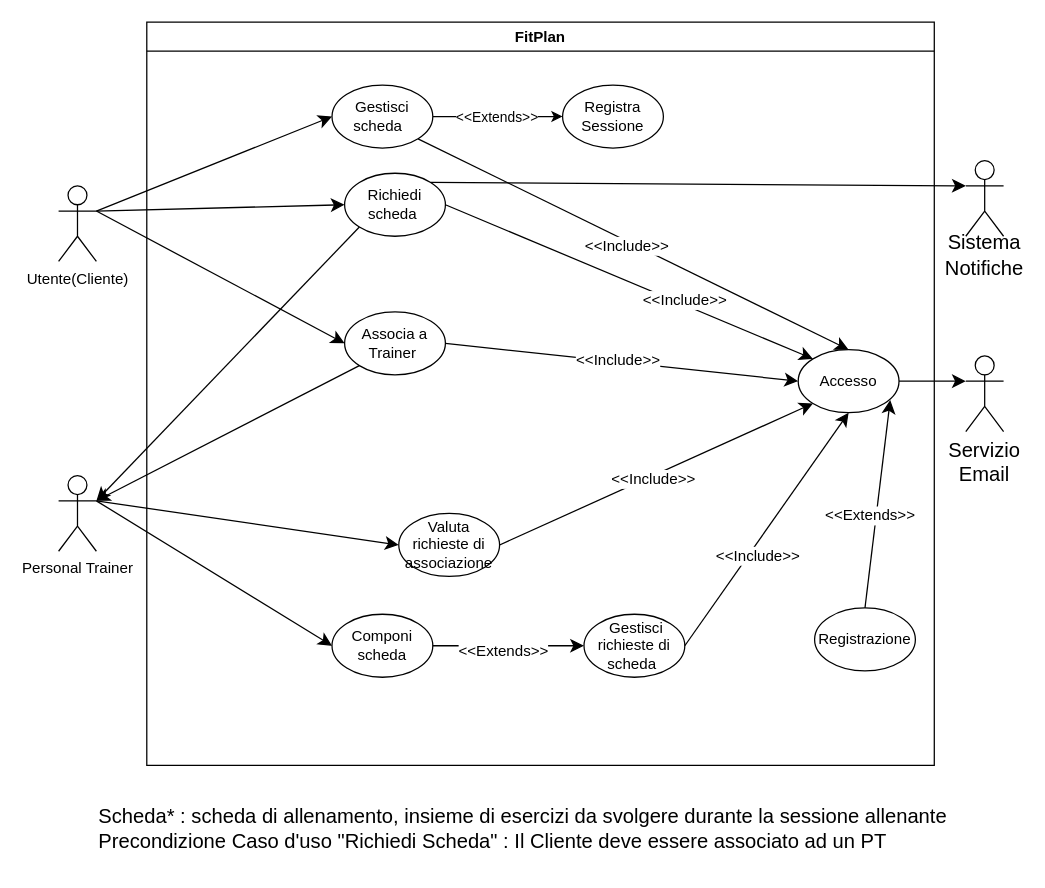
The draw.io diagram UseCaseDiagram/UseCaseDiagram.drawio in FedericoSib/FitPlan, before the edit. Source tidied: cells renumbered, new cells numbered last; positions are measured from the earlier drawing's top-left corner, leaving out a move shared by most shapes. Both pictures are drawn from the tidied source at 126%, with x=0, y=0 at pixel (58, 21).
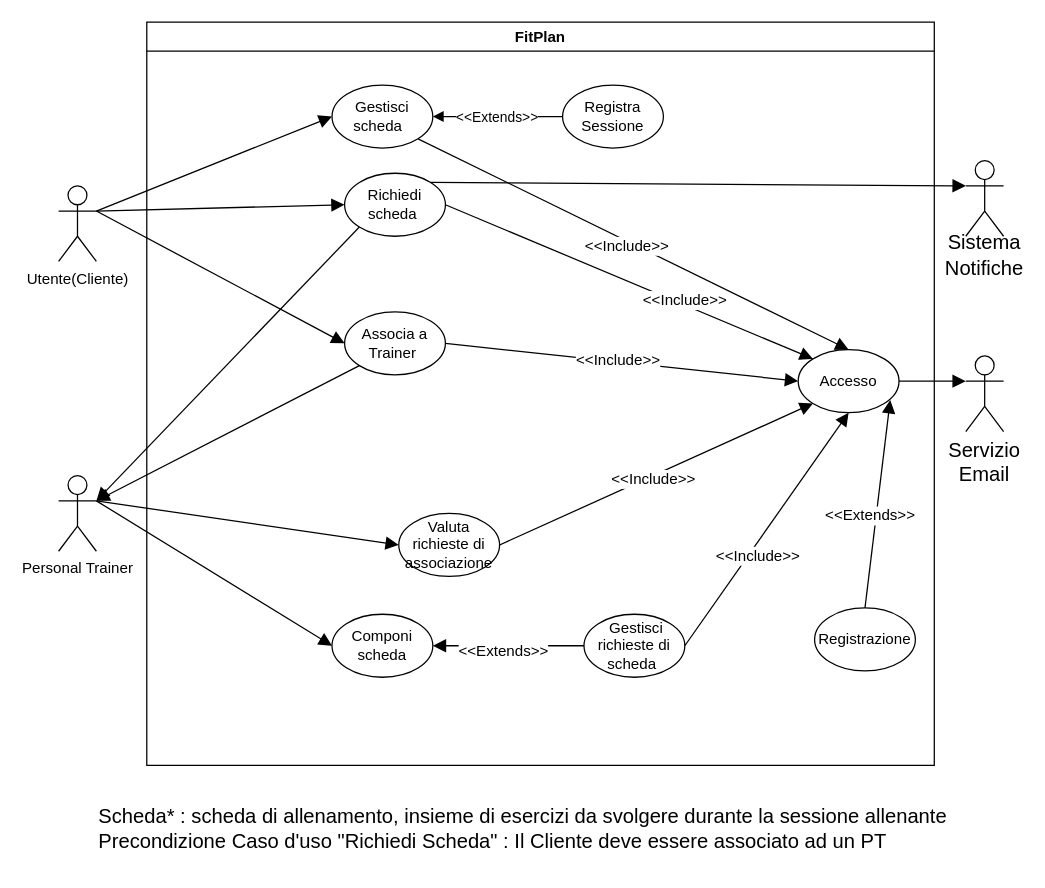
Above is the later version.

Unchanged cells that the change refers to:
```xml
<mxCell id="2" value="FitPlan" style="swimlane;whiteSpace=wrap;html=1;" parent="1" vertex="1">
  <mxGeometry x="70" width="625" height="590" as="geometry" />
</mxCell>
<mxCell id="3" value="Accesso" style="ellipse;whiteSpace=wrap;html=1;" parent="2" vertex="1">
  <mxGeometry x="517" y="260" width="80" height="50" as="geometry" />
</mxCell>
<mxCell id="6" value="Gestisci scheda &amp;nbsp;" style="ellipse;whiteSpace=wrap;html=1;" parent="2" vertex="1">
  <mxGeometry x="147" y="50" width="80" height="50" as="geometry" />
</mxCell>
<mxCell id="7" value="Valuta richieste di associazione" style="ellipse;whiteSpace=wrap;html=1;" parent="2" vertex="1">
  <mxGeometry x="200" y="390" width="80" height="50" as="geometry" />
</mxCell>
<mxCell id="8" value="Associa a Trainer&amp;nbsp;" style="ellipse;whiteSpace=wrap;html=1;" parent="2" vertex="1">
  <mxGeometry x="157" y="230" width="80" height="50" as="geometry" />
</mxCell>
<mxCell id="9" value="Richiedi scheda&amp;nbsp;" style="ellipse;whiteSpace=wrap;html=1;" parent="2" vertex="1">
  <mxGeometry x="157" y="120" width="80" height="50" as="geometry" />
</mxCell>
<mxCell id="10" value="Componi scheda" style="ellipse;whiteSpace=wrap;html=1;" parent="2" vertex="1">
  <mxGeometry x="147" y="470" width="80" height="50" as="geometry" />
</mxCell>
<mxCell id="11" value="&amp;nbsp;Gestisci richieste di scheda&amp;nbsp;" style="ellipse;whiteSpace=wrap;html=1;" parent="2" vertex="1">
  <mxGeometry x="347" y="470" width="80" height="50" as="geometry" />
</mxCell>
<mxCell id="24" value="Registrazione" style="ellipse;whiteSpace=wrap;html=1;" parent="2" vertex="1">
  <mxGeometry x="530" y="465" width="80" height="50" as="geometry" />
</mxCell>
<mxCell id="27" value="Registra Sessione" style="ellipse;whiteSpace=wrap;html=1;" parent="2" vertex="1">
  <mxGeometry x="330" y="50" width="80" height="50" as="geometry" />
</mxCell>
<mxCell id="28" value="Utente(Cliente)" style="shape=umlActor;verticalLabelPosition=bottom;verticalAlign=top;html=1;outlineConnect=0;" parent="1" vertex="1">
  <mxGeometry y="130" width="30" height="60" as="geometry" />
</mxCell>
<mxCell id="29" value="Personal Trainer" style="shape=umlActor;verticalLabelPosition=bottom;verticalAlign=top;html=1;outlineConnect=0;" parent="1" vertex="1">
  <mxGeometry y="360" width="30" height="60" as="geometry" />
</mxCell>
<mxCell id="39" style="shape=umlActor;verticalLabelPosition=bottom;verticalAlign=top;html=1;outlineConnect=0;" parent="1" vertex="1">
  <mxGeometry x="720" y="265" width="30" height="60" as="geometry" />
</mxCell>
<mxCell id="41" style="shape=umlActor;verticalLabelPosition=bottom;verticalAlign=top;html=1;outlineConnect=0;" parent="1" vertex="1">
  <mxGeometry x="720" y="110" width="30" height="60" as="geometry" />
</mxCell>
```

What changed in the source:
```diff
@@
-    <mxCell id="4" style="edgeStyle=orthogonalEdgeStyle;rounded=0;jettySize=auto;html=1;" parent="2" edge="1" source="6" target="27">
+    <mxCell id="4" style="edgeStyle=orthogonalEdgeStyle;rounded=0;jettySize=auto;html=1;startArrow=block;startFill=1;endArrow=none;endFill=0;" parent="2" edge="1" source="6" target="27">
       <mxGeometry relative="1" as="geometry" />
     </mxCell>
@@
-    <mxCell id="12" style="edgeStyle=none;jettySize=auto;html=1;rounded=0;fontSize=12;startSize=8;endSize=8;curved=1;entryX=0;entryY=0.5;entryDx=0;entryDy=0;exitX=1;exitY=0.5;exitDx=0;exitDy=0;" parent="2" edge="1" source="10" target="11">
+    <mxCell id="12" style="edgeStyle=none;jettySize=auto;html=1;rounded=0;fontSize=12;startSize=8;endSize=8;curved=1;entryX=0;entryY=0.5;entryDx=0;entryDy=0;exitX=1;exitY=0.5;exitDx=0;exitDy=0;startArrow=block;startFill=1;endArrow=none;endFill=0;" parent="2" edge="1" source="10" target="11">
       <mxGeometry relative="1" as="geometry" />
     </mxCell>
@@
-    <mxCell id="14" style="edgeStyle=none;jettySize=auto;html=1;rounded=0;fontSize=12;startSize=8;endSize=8;curved=1;exitX=1;exitY=0.5;exitDx=0;exitDy=0;entryX=0;entryY=1;entryDx=0;entryDy=0;" parent="2" edge="1" source="7" target="3">
+    <mxCell id="14" style="edgeStyle=none;jettySize=auto;html=1;rounded=0;fontSize=12;startSize=8;endSize=8;curved=1;exitX=1;exitY=0.5;exitDx=0;exitDy=0;entryX=0;entryY=1;entryDx=0;entryDy=0;endArrow=block;endFill=1;" parent="2" edge="1" source="7" target="3">
       <mxGeometry relative="1" as="geometry" />
     </mxCell>
@@
-    <mxCell id="16" style="edgeStyle=none;jettySize=auto;html=1;rounded=0;fontSize=12;startSize=8;endSize=8;curved=1;exitX=1;exitY=0.5;exitDx=0;exitDy=0;entryX=0.5;entryY=1;entryDx=0;entryDy=0;" parent="2" edge="1" source="11" target="3">
+    <mxCell id="16" style="edgeStyle=none;jettySize=auto;html=1;rounded=0;fontSize=12;startSize=8;endSize=8;curved=1;exitX=1;exitY=0.5;exitDx=0;exitDy=0;entryX=0.5;entryY=1;entryDx=0;entryDy=0;endArrow=block;endFill=1;" parent="2" edge="1" source="11" target="3">
       <mxGeometry relative="1" as="geometry" />
     </mxCell>
@@
-    <mxCell id="18" style="edgeStyle=none;jettySize=auto;html=1;rounded=0;fontSize=12;startSize=8;endSize=8;curved=1;entryX=0;entryY=0.5;entryDx=0;entryDy=0;exitX=1;exitY=0.5;exitDx=0;exitDy=0;" parent="2" edge="1" source="8" target="3">
+    <mxCell id="18" style="edgeStyle=none;jettySize=auto;html=1;rounded=0;fontSize=12;startSize=8;endSize=8;curved=1;entryX=0;entryY=0.5;entryDx=0;entryDy=0;exitX=1;exitY=0.5;exitDx=0;exitDy=0;endArrow=block;endFill=1;" parent="2" edge="1" source="8" target="3">
       <mxGeometry relative="1" as="geometry" />
     </mxCell>
@@
-    <mxCell id="20" style="edgeStyle=none;jettySize=auto;html=1;rounded=0;fontSize=12;startSize=8;endSize=8;curved=1;exitX=1;exitY=0.5;exitDx=0;exitDy=0;entryX=0;entryY=0;entryDx=0;entryDy=0;" parent="2" edge="1" source="9" target="3">
+    <mxCell id="20" style="edgeStyle=none;jettySize=auto;html=1;rounded=0;fontSize=12;startSize=8;endSize=8;curved=1;exitX=1;exitY=0.5;exitDx=0;exitDy=0;entryX=0;entryY=0;entryDx=0;entryDy=0;endArrow=block;endFill=1;" parent="2" edge="1" source="9" target="3">
       <mxGeometry relative="1" as="geometry" />
     </mxCell>
@@
-    <mxCell id="22" style="edgeStyle=none;jettySize=auto;html=1;rounded=0;fontSize=12;startSize=8;endSize=8;curved=1;exitX=1;exitY=1;exitDx=0;exitDy=0;entryX=0.5;entryY=0;entryDx=0;entryDy=0;" parent="2" edge="1" source="6" target="3">
+    <mxCell id="22" style="edgeStyle=none;jettySize=auto;html=1;rounded=0;fontSize=12;startSize=8;endSize=8;curved=1;exitX=1;exitY=1;exitDx=0;exitDy=0;entryX=0.5;entryY=0;entryDx=0;entryDy=0;endArrow=block;endFill=1;" parent="2" edge="1" source="6" target="3">
       <mxGeometry relative="1" as="geometry" />
     </mxCell>
@@
-    <mxCell id="25" style="edgeStyle=none;jettySize=auto;html=1;rounded=0;fontSize=12;startSize=8;endSize=8;curved=1;entryX=0.913;entryY=0.8;entryDx=0;entryDy=0;entryPerimeter=0;exitX=0.5;exitY=0;exitDx=0;exitDy=0;" parent="2" edge="1" source="24" target="3">
+    <mxCell id="25" style="edgeStyle=none;jettySize=auto;html=1;rounded=0;fontSize=12;startSize=8;endSize=8;curved=1;entryX=0.913;entryY=0.8;entryDx=0;entryDy=0;entryPerimeter=0;exitX=0.5;exitY=0;exitDx=0;exitDy=0;endArrow=block;endFill=1;" parent="2" edge="1" source="24" target="3">
       <mxGeometry relative="1" as="geometry" />
     </mxCell>
@@
-    <mxCell id="30" style="edgeStyle=none;jettySize=auto;html=1;rounded=0;fontSize=12;startSize=8;endSize=8;curved=1;exitX=1;exitY=0.3333333333333333;exitDx=0;exitDy=0;exitPerimeter=0;entryX=0;entryY=0.5;entryDx=0;entryDy=0;" parent="1" edge="1" source="28" target="9">
+    <mxCell id="30" style="edgeStyle=none;jettySize=auto;html=1;rounded=0;fontSize=12;startSize=8;endSize=8;curved=1;exitX=1;exitY=0.3333333333333333;exitDx=0;exitDy=0;exitPerimeter=0;entryX=0;entryY=0.5;entryDx=0;entryDy=0;endArrow=block;endFill=1;" parent="1" edge="1" source="28" target="9">
       <mxGeometry relative="1" as="geometry" />
     </mxCell>
-    <mxCell id="31" style="edgeStyle=none;jettySize=auto;html=1;rounded=0;fontSize=12;startSize=8;endSize=8;curved=1;entryX=0;entryY=0.5;entryDx=0;entryDy=0;" parent="1" edge="1" target="6">
+    <mxCell id="31" style="edgeStyle=none;jettySize=auto;html=1;rounded=0;fontSize=12;startSize=8;endSize=8;curved=1;entryX=0;entryY=0.5;entryDx=0;entryDy=0;endArrow=block;endFill=1;" parent="1" edge="1" target="6">
       <mxGeometry relative="1" as="geometry">
         <mxPoint x="30" y="150" as="sourcePoint" />
       </mxGeometry>
     </mxCell>
-    <mxCell id="32" style="edgeStyle=none;jettySize=auto;html=1;rounded=0;fontSize=12;startSize=8;endSize=8;curved=1;exitX=1;exitY=0.3333333333333333;exitDx=0;exitDy=0;exitPerimeter=0;entryX=0;entryY=0.5;entryDx=0;entryDy=0;" parent="1" edge="1" source="29" target="7">
+    <mxCell id="32" style="edgeStyle=none;jettySize=auto;html=1;rounded=0;fontSize=12;startSize=8;endSize=8;curved=1;exitX=1;exitY=0.3333333333333333;exitDx=0;exitDy=0;exitPerimeter=0;entryX=0;entryY=0.5;entryDx=0;entryDy=0;endArrow=block;endFill=1;" parent="1" edge="1" source="29" target="7">
       <mxGeometry relative="1" as="geometry" />
     </mxCell>
-    <mxCell id="33" style="edgeStyle=none;jettySize=auto;html=1;rounded=0;fontSize=12;startSize=8;endSize=8;curved=1;entryX=0;entryY=0.5;entryDx=0;entryDy=0;" parent="1" edge="1" target="10">
+    <mxCell id="33" style="edgeStyle=none;jettySize=auto;html=1;rounded=0;fontSize=12;startSize=8;endSize=8;curved=1;entryX=0;entryY=0.5;entryDx=0;entryDy=0;endArrow=block;endFill=1;" parent="1" edge="1" target="10">
       <mxGeometry relative="1" as="geometry">
         <mxPoint x="30" y="380" as="sourcePoint" />
       </mxGeometry>
     </mxCell>
-    <mxCell id="34" style="edgeStyle=none;jettySize=auto;html=1;rounded=0;fontSize=12;startSize=8;endSize=8;curved=1;exitX=0;exitY=1;exitDx=0;exitDy=0;" parent="1" edge="1" source="8">
+    <mxCell id="34" style="edgeStyle=none;jettySize=auto;html=1;rounded=0;fontSize=12;startSize=8;endSize=8;curved=1;exitX=0;exitY=1;exitDx=0;exitDy=0;endArrow=block;endFill=1;" parent="1" edge="1" source="8">
       <mxGeometry relative="1" as="geometry">
         <mxPoint x="30" y="380" as="targetPoint" />
       </mxGeometry>
     </mxCell>
-    <mxCell id="35" style="edgeStyle=none;jettySize=auto;html=1;rounded=0;fontSize=12;startSize=8;endSize=8;curved=1;exitX=0;exitY=1;exitDx=0;exitDy=0;" parent="1" edge="1" source="9">
+    <mxCell id="35" style="edgeStyle=none;jettySize=auto;html=1;rounded=0;fontSize=12;startSize=8;endSize=8;curved=1;exitX=0;exitY=1;exitDx=0;exitDy=0;endArrow=block;endFill=1;" parent="1" edge="1" source="9">
       <mxGeometry relative="1" as="geometry">
         <mxPoint x="30" y="380" as="targetPoint" />
       </mxGeometry>
     </mxCell>
@@
-    <mxCell id="37" style="edgeStyle=none;jettySize=auto;html=1;rounded=0;fontSize=12;startSize=8;endSize=8;curved=1;exitX=1;exitY=0.3333333333333333;exitDx=0;exitDy=0;exitPerimeter=0;entryX=0;entryY=0.5;entryDx=0;entryDy=0;" parent="1" edge="1" source="28" target="8">
+    <mxCell id="37" style="edgeStyle=none;jettySize=auto;html=1;rounded=0;fontSize=12;startSize=8;endSize=8;curved=1;exitX=1;exitY=0.3333333333333333;exitDx=0;exitDy=0;exitPerimeter=0;entryX=0;entryY=0.5;entryDx=0;entryDy=0;endArrow=block;endFill=1;" parent="1" edge="1" source="28" target="8">
       <mxGeometry relative="1" as="geometry" />
     </mxCell>
-    <mxCell id="38" style="edgeStyle=none;jettySize=auto;html=1;rounded=0;fontSize=12;startSize=8;endSize=8;curved=1;exitX=1;exitY=0.5;exitDx=0;exitDy=0;entryX=0;entryY=0.3333333333333333;entryDx=0;entryDy=0;entryPerimeter=0;" parent="1" edge="1" source="3" target="39">
+    <mxCell id="38" style="edgeStyle=none;jettySize=auto;html=1;rounded=0;fontSize=12;startSize=8;endSize=8;curved=1;exitX=1;exitY=0.5;exitDx=0;exitDy=0;entryX=0;entryY=0.3333333333333333;entryDx=0;entryDy=0;entryPerimeter=0;endArrow=block;endFill=1;" parent="1" edge="1" source="3" target="39">
       <mxGeometry relative="1" as="geometry" />
     </mxCell>
@@
-    <mxCell id="40" style="edgeStyle=none;jettySize=auto;html=1;rounded=0;fontSize=12;startSize=8;endSize=8;curved=1;entryX=0;entryY=0.3333333333333333;entryDx=0;entryDy=0;entryPerimeter=0;exitX=1;exitY=0;exitDx=0;exitDy=0;" parent="1" edge="1" source="9" target="41">
+    <mxCell id="40" style="edgeStyle=none;jettySize=auto;html=1;rounded=0;fontSize=12;startSize=8;endSize=8;curved=1;entryX=0;entryY=0.3333333333333333;entryDx=0;entryDy=0;entryPerimeter=0;exitX=1;exitY=0;exitDx=0;exitDy=0;endArrow=block;endFill=1;" parent="1" edge="1" source="9" target="41">
       <mxGeometry relative="1" as="geometry" />
     </mxCell>
```
